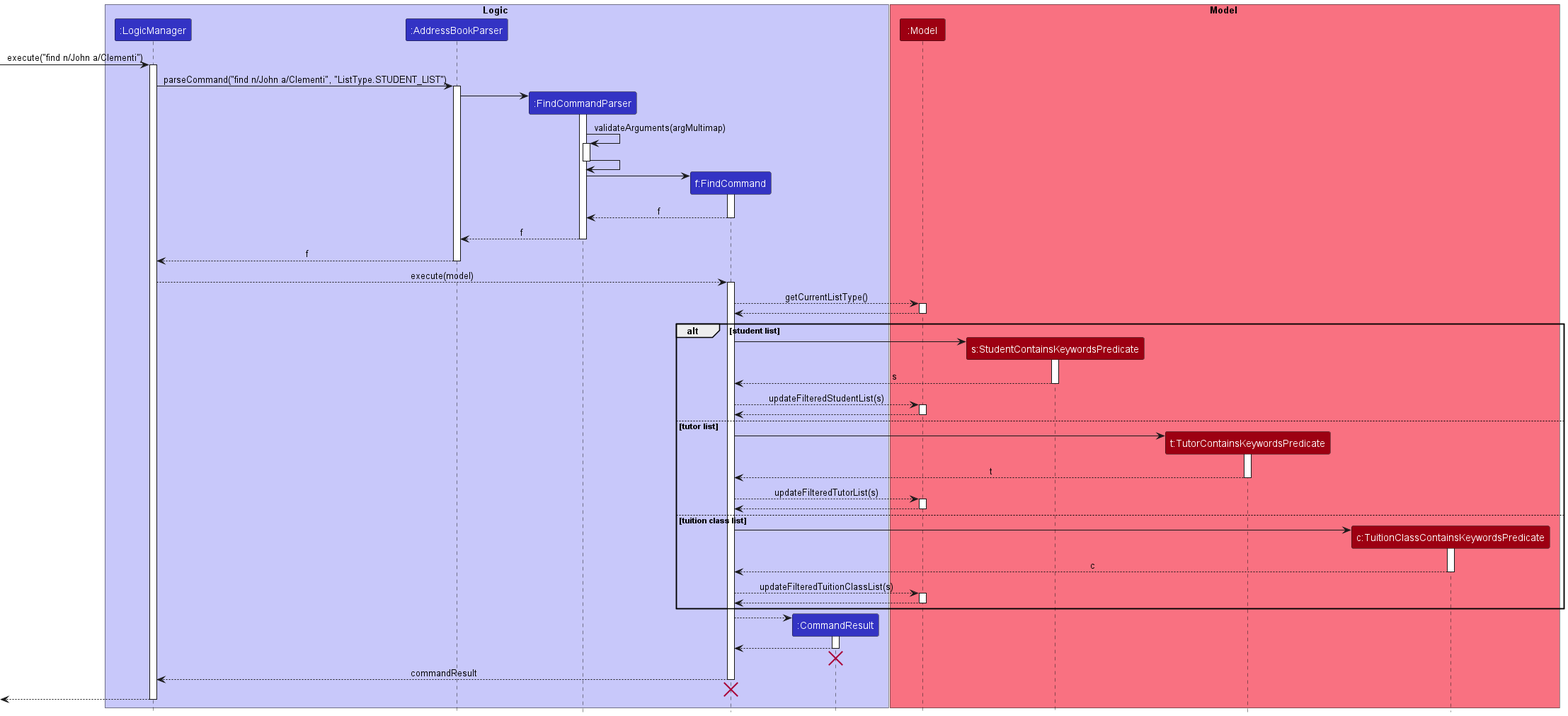
Earlier version of the PlantUML export docs/images/FindSequenceDiagram.png (nus-cs2103-AY2223S1/tp).
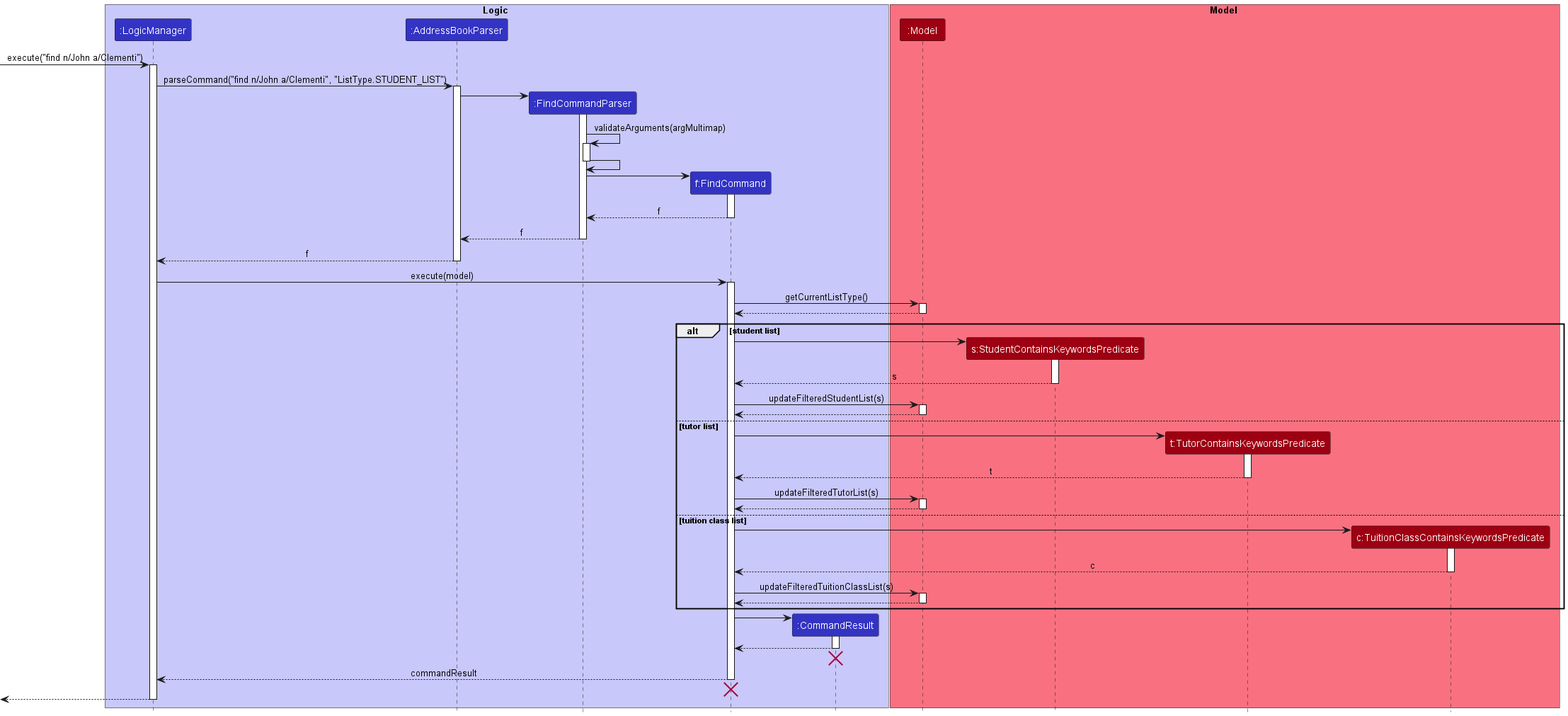
After the change.

Commit message:
Fix find sequence diagram

The edit, as a diff of the source:
```diff
@@ -45,10 +45,10 @@
 AddressBookParser --> LogicManager : f
 deactivate AddressBookParser
 
-LogicManager --> FindCommand : execute(model)
+LogicManager -> FindCommand : execute(model)
 activate FindCommand
 
-FindCommand --> Model : getCurrentListType()
+FindCommand -> Model : getCurrentListType()
 activate Model
 
 Model --> FindCommand
@@ -63,7 +63,7 @@
 StudentContainsKeywordsPredicate --> FindCommand : s
 deactivate StudentContainsKeywordsPredicate
 
-FindCommand --> Model : updateFilteredStudentList(s)
+FindCommand -> Model : updateFilteredStudentList(s)
 activate Model
 
 Model --> FindCommand
@@ -78,7 +78,7 @@
 TutorContainsKeywordsPredicate --> FindCommand : t
 deactivate TutorContainsKeywordsPredicate
 
-FindCommand --> Model : updateFilteredTutorList(s)
+FindCommand -> Model : updateFilteredTutorList(s)
 activate Model
 
 Model --> FindCommand
@@ -93,7 +93,7 @@
 TuitionClassContainsKeywordsPredicate --> FindCommand : c
 deactivate TuitionClassContainsKeywordsPredicate
 
-FindCommand --> Model : updateFilteredTuitionClassList(s)
+FindCommand -> Model : updateFilteredTuitionClassList(s)
 activate Model
 
 Model --> FindCommand
@@ -102,7 +102,7 @@
 end
 
 create CommandResult
-FindCommand --> CommandResult
+FindCommand -> CommandResult
 activate CommandResult
 
 CommandResult --> FindCommand
```
